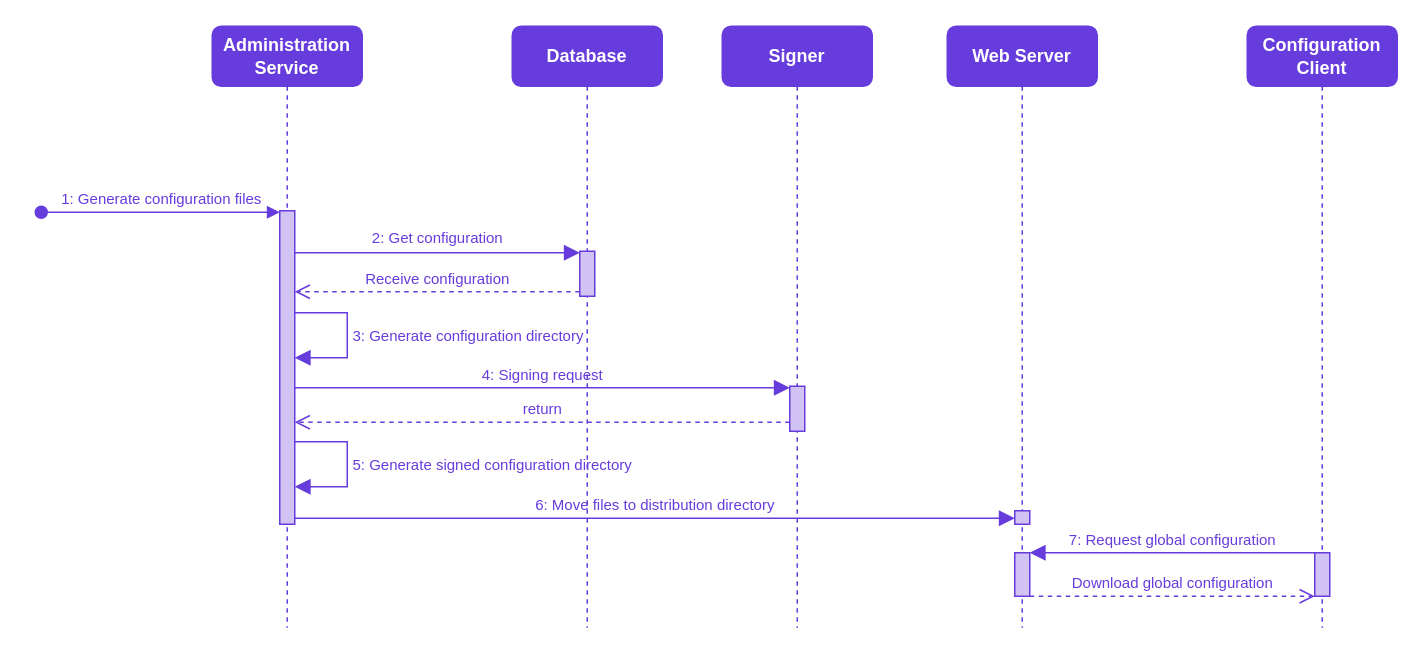
This is doc/Architecture/img/arc-cs_the_process_of_global_configuration_and_distribution.drawio from georgeroliveira/X-VIA-MTI, a draw.io file, before an edit. Source tidied: cells renumbered, new cells numbered last; positions are measured from the earlier drawing's top-left corner, leaving out a move shared by most shapes. Both pictures are drawn from the tidied source at 150%, with x=0, y=0 at pixel (40, 26).
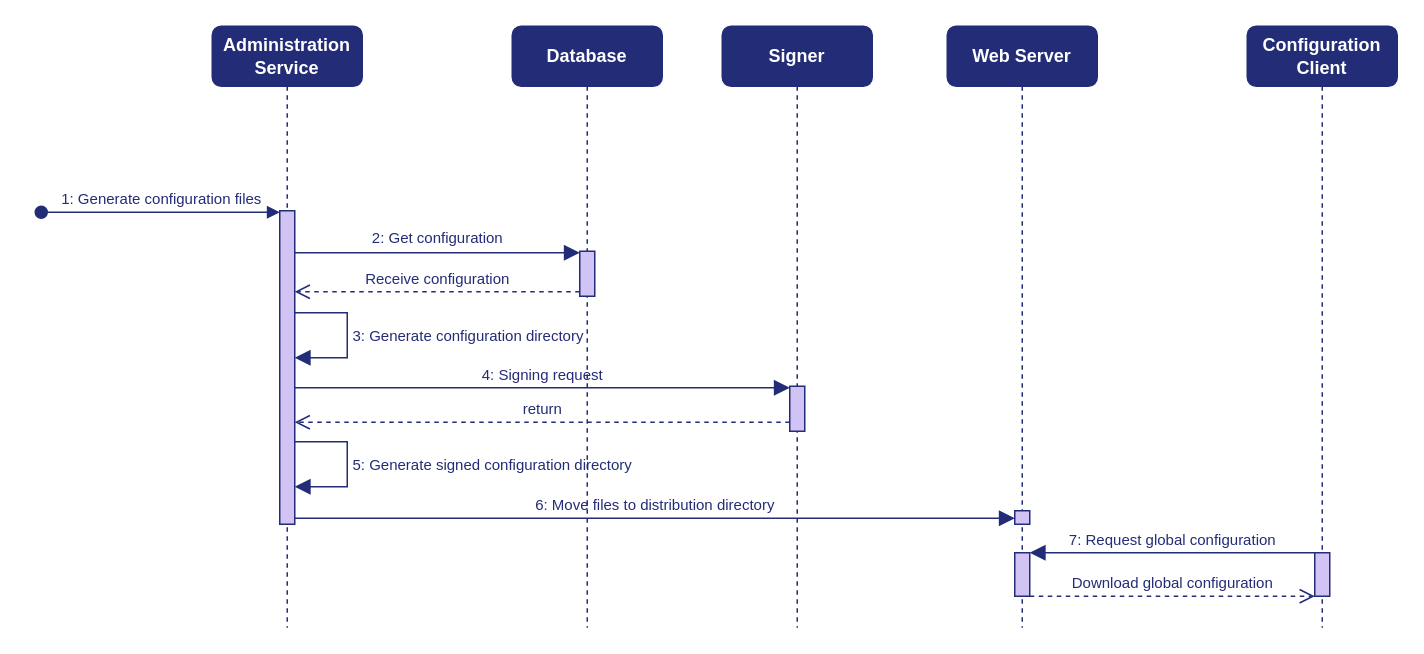
After the change.

The edit, as a diff of the source:
```diff
@@
-    <mxCell id="2" value="Administration Service" style="shape=umlLifeline;perimeter=lifelinePerimeter;whiteSpace=wrap;html=1;newEdgeStyle={&quot;edgeStyle&quot;:&quot;elbowEdgeStyle&quot;,&quot;elbow&quot;:&quot;vertical&quot;,&quot;curved&quot;:0,&quot;rounded&quot;:0};fontSize=12;fillColor=#663CDC;strokeColor=#663CDC;gradientColor=none;perimeterSpacing=0;glass=0;rounded=1;fontColor=#FFFFFF;fontStyle=1;" parent="1" vertex="1">
+    <mxCell id="2" value="Administration Service" style="shape=umlLifeline;perimeter=lifelinePerimeter;whiteSpace=wrap;html=1;newEdgeStyle={&quot;edgeStyle&quot;:&quot;elbowEdgeStyle&quot;,&quot;elbow&quot;:&quot;vertical&quot;,&quot;curved&quot;:0,&quot;rounded&quot;:0};fontSize=12;fillColor=#232c77;strokeColor=#232c77;gradientColor=none;perimeterSpacing=0;glass=0;rounded=1;fontColor=#FFFFFF;fontStyle=1;" parent="1" vertex="1">
       <mxGeometry x="114" width="100" height="401" as="geometry" />
     </mxCell>
-    <mxCell id="3" style="html=1;points=[];perimeter=orthogonalPerimeter;outlineConnect=0;targetShapes=umlLifeline;portConstraint=eastwest;newEdgeStyle={&quot;edgeStyle&quot;:&quot;elbowEdgeStyle&quot;,&quot;elbow&quot;:&quot;vertical&quot;,&quot;curved&quot;:0,&quot;rounded&quot;:0};fontSize=16;fillColor=#D1C4F4;strokeColor=#663CDC;" parent="2" vertex="1">
+    <mxCell id="3" style="html=1;points=[];perimeter=orthogonalPerimeter;outlineConnect=0;targetShapes=umlLifeline;portConstraint=eastwest;newEdgeStyle={&quot;edgeStyle&quot;:&quot;elbowEdgeStyle&quot;,&quot;elbow&quot;:&quot;vertical&quot;,&quot;curved&quot;:0,&quot;rounded&quot;:0};fontSize=16;fillColor=#D1C4F4;strokeColor=#232c77;" parent="2" vertex="1">
       <mxGeometry x="45" y="123" width="10" height="209" as="geometry" />
     </mxCell>
-    <mxCell id="4" value="3: Generate configuration directory" style="html=1;align=left;spacingLeft=2;endArrow=block;rounded=0;edgeStyle=orthogonalEdgeStyle;curved=0;rounded=0;labelBackgroundColor=none;strokeColor=#663CDC;fontFamily=Helvetica;fontSize=10;fontColor=#663CDC;endSize=8;shape=connector;elbow=vertical;" parent="2" edge="1" source="3" target="3">
+    <mxCell id="4" value="3: Generate configuration directory" style="html=1;align=left;spacingLeft=2;endArrow=block;rounded=0;edgeStyle=orthogonalEdgeStyle;curved=0;rounded=0;labelBackgroundColor=none;strokeColor=#232c77;fontFamily=Helvetica;fontSize=10;fontColor=#232c77;endSize=8;shape=connector;elbow=vertical;" parent="2" edge="1" source="3" target="3">
       <mxGeometry x="-0.01" relative="1" as="geometry">
         <Array as="points">
           <mxPoint x="90" y="191" />
           <mxPoint x="90" y="221" />
         </Array>
       </mxGeometry>
     </mxCell>
-    <mxCell id="5" value="5: Generate signed configuration directory" style="html=1;align=left;spacingLeft=2;endArrow=block;rounded=0;edgeStyle=orthogonalEdgeStyle;curved=0;rounded=0;labelBackgroundColor=none;strokeColor=#663CDC;fontFamily=Helvetica;fontSize=10;fontColor=#663CDC;endSize=8;shape=connector;elbow=vertical;" parent="2" edge="1" source="3" target="3">
+    <mxCell id="5" value="5: Generate signed configuration directory" style="html=1;align=left;spacingLeft=2;endArrow=block;rounded=0;edgeStyle=orthogonalEdgeStyle;curved=0;rounded=0;labelBackgroundColor=none;strokeColor=#232c77;fontFamily=Helvetica;fontSize=10;fontColor=#232c77;endSize=8;shape=connector;elbow=vertical;" parent="2" edge="1" source="3" target="3">
       <mxGeometry x="-0.01" relative="1" as="geometry">
         <Array as="points">
           <mxPoint x="90" y="277" />
           <mxPoint x="90" y="307" />
         </Array>
       </mxGeometry>
     </mxCell>
-    <mxCell id="6" value="Database" style="shape=umlLifeline;perimeter=lifelinePerimeter;whiteSpace=wrap;html=1;newEdgeStyle={&quot;edgeStyle&quot;:&quot;elbowEdgeStyle&quot;,&quot;elbow&quot;:&quot;vertical&quot;,&quot;curved&quot;:0,&quot;rounded&quot;:0};fontSize=12;fillColor=#663CDC;strokeColor=#663CDC;gradientColor=none;perimeterSpacing=0;glass=0;rounded=1;fontColor=#FFFFFF;fontStyle=1;" parent="1" vertex="1">
+    <mxCell id="6" value="Database" style="shape=umlLifeline;perimeter=lifelinePerimeter;whiteSpace=wrap;html=1;newEdgeStyle={&quot;edgeStyle&quot;:&quot;elbowEdgeStyle&quot;,&quot;elbow&quot;:&quot;vertical&quot;,&quot;curved&quot;:0,&quot;rounded&quot;:0};fontSize=12;fillColor=#232c77;strokeColor=#232c77;gradientColor=none;perimeterSpacing=0;glass=0;rounded=1;fontColor=#FFFFFF;fontStyle=1;" parent="1" vertex="1">
       <mxGeometry x="314" width="100" height="401" as="geometry" />
     </mxCell>
-    <mxCell id="7" style="html=1;points=[];perimeter=orthogonalPerimeter;outlineConnect=0;targetShapes=umlLifeline;portConstraint=eastwest;newEdgeStyle={&quot;edgeStyle&quot;:&quot;elbowEdgeStyle&quot;,&quot;elbow&quot;:&quot;vertical&quot;,&quot;curved&quot;:0,&quot;rounded&quot;:0};fontSize=16;fillColor=#D1C4F4;strokeColor=#663CDC;" parent="6" vertex="1">
+    <mxCell id="7" style="html=1;points=[];perimeter=orthogonalPerimeter;outlineConnect=0;targetShapes=umlLifeline;portConstraint=eastwest;newEdgeStyle={&quot;edgeStyle&quot;:&quot;elbowEdgeStyle&quot;,&quot;elbow&quot;:&quot;vertical&quot;,&quot;curved&quot;:0,&quot;rounded&quot;:0};fontSize=16;fillColor=#D1C4F4;strokeColor=#232c77;" parent="6" vertex="1">
       <mxGeometry x="45" y="150" width="10" height="30" as="geometry" />
     </mxCell>
-    <mxCell id="8" value="Web Server" style="shape=umlLifeline;perimeter=lifelinePerimeter;whiteSpace=wrap;html=1;newEdgeStyle={&quot;edgeStyle&quot;:&quot;elbowEdgeStyle&quot;,&quot;elbow&quot;:&quot;vertical&quot;,&quot;curved&quot;:0,&quot;rounded&quot;:0};fontSize=12;fillColor=#663CDC;strokeColor=#663CDC;gradientColor=none;perimeterSpacing=0;glass=0;rounded=1;fontColor=#FFFFFF;fontStyle=1;" parent="1" vertex="1">
+    <mxCell id="8" value="Web Server" style="shape=umlLifeline;perimeter=lifelinePerimeter;whiteSpace=wrap;html=1;newEdgeStyle={&quot;edgeStyle&quot;:&quot;elbowEdgeStyle&quot;,&quot;elbow&quot;:&quot;vertical&quot;,&quot;curved&quot;:0,&quot;rounded&quot;:0};fontSize=12;fillColor=#232c77;strokeColor=#232c77;gradientColor=none;perimeterSpacing=0;glass=0;rounded=1;fontColor=#FFFFFF;fontStyle=1;" parent="1" vertex="1">
       <mxGeometry x="604" width="100" height="401" as="geometry" />
     </mxCell>
-    <mxCell id="9" style="html=1;points=[];perimeter=orthogonalPerimeter;outlineConnect=0;targetShapes=umlLifeline;portConstraint=eastwest;newEdgeStyle={&quot;edgeStyle&quot;:&quot;elbowEdgeStyle&quot;,&quot;elbow&quot;:&quot;vertical&quot;,&quot;curved&quot;:0,&quot;rounded&quot;:0};strokeColor=#663CDC;fontFamily=Helvetica;fontSize=10;fontColor=#663CDC;fillColor=#D1C4F4;" parent="8" vertex="1">
+    <mxCell id="9" style="html=1;points=[];perimeter=orthogonalPerimeter;outlineConnect=0;targetShapes=umlLifeline;portConstraint=eastwest;newEdgeStyle={&quot;edgeStyle&quot;:&quot;elbowEdgeStyle&quot;,&quot;elbow&quot;:&quot;vertical&quot;,&quot;curved&quot;:0,&quot;rounded&quot;:0};strokeColor=#232c77;fontFamily=Helvetica;fontSize=10;fontColor=#232c77;fillColor=#D1C4F4;" parent="8" vertex="1">
       <mxGeometry x="45" y="323" width="10" height="9" as="geometry" />
     </mxCell>
-    <mxCell id="10" style="html=1;points=[];perimeter=orthogonalPerimeter;outlineConnect=0;targetShapes=umlLifeline;portConstraint=eastwest;newEdgeStyle={&quot;edgeStyle&quot;:&quot;elbowEdgeStyle&quot;,&quot;elbow&quot;:&quot;vertical&quot;,&quot;curved&quot;:0,&quot;rounded&quot;:0};strokeColor=#663CDC;fontFamily=Helvetica;fontSize=10;fontColor=#663CDC;fillColor=#D1C4F4;" parent="8" vertex="1">
+    <mxCell id="10" style="html=1;points=[];perimeter=orthogonalPerimeter;outlineConnect=0;targetShapes=umlLifeline;portConstraint=eastwest;newEdgeStyle={&quot;edgeStyle&quot;:&quot;elbowEdgeStyle&quot;,&quot;elbow&quot;:&quot;vertical&quot;,&quot;curved&quot;:0,&quot;rounded&quot;:0};strokeColor=#232c77;fontFamily=Helvetica;fontSize=10;fontColor=#232c77;fillColor=#D1C4F4;" parent="8" vertex="1">
       <mxGeometry x="45" y="351" width="10" height="29" as="geometry" />
     </mxCell>
-    <mxCell id="11" value="Signer" style="shape=umlLifeline;perimeter=lifelinePerimeter;whiteSpace=wrap;html=1;newEdgeStyle={&quot;edgeStyle&quot;:&quot;elbowEdgeStyle&quot;,&quot;elbow&quot;:&quot;vertical&quot;,&quot;curved&quot;:0,&quot;rounded&quot;:0};fontSize=12;fillColor=#663CDC;strokeColor=#663CDC;gradientColor=none;perimeterSpacing=0;glass=0;rounded=1;fontColor=#FFFFFF;fontStyle=1;" parent="1" vertex="1">
+    <mxCell id="11" value="Signer" style="shape=umlLifeline;perimeter=lifelinePerimeter;whiteSpace=wrap;html=1;newEdgeStyle={&quot;edgeStyle&quot;:&quot;elbowEdgeStyle&quot;,&quot;elbow&quot;:&quot;vertical&quot;,&quot;curved&quot;:0,&quot;rounded&quot;:0};fontSize=12;fillColor=#232c77;strokeColor=#232c77;gradientColor=none;perimeterSpacing=0;glass=0;rounded=1;fontColor=#FFFFFF;fontStyle=1;" parent="1" vertex="1">
       <mxGeometry x="454" width="100" height="401" as="geometry" />
     </mxCell>
-    <mxCell id="12" style="html=1;points=[];perimeter=orthogonalPerimeter;outlineConnect=0;targetShapes=umlLifeline;portConstraint=eastwest;newEdgeStyle={&quot;edgeStyle&quot;:&quot;elbowEdgeStyle&quot;,&quot;elbow&quot;:&quot;vertical&quot;,&quot;curved&quot;:0,&quot;rounded&quot;:0};strokeColor=#663CDC;fontFamily=Helvetica;fontSize=10;fontColor=#663CDC;fillColor=#D1C4F4;" parent="11" vertex="1">
+    <mxCell id="12" style="html=1;points=[];perimeter=orthogonalPerimeter;outlineConnect=0;targetShapes=umlLifeline;portConstraint=eastwest;newEdgeStyle={&quot;edgeStyle&quot;:&quot;elbowEdgeStyle&quot;,&quot;elbow&quot;:&quot;vertical&quot;,&quot;curved&quot;:0,&quot;rounded&quot;:0};strokeColor=#232c77;fontFamily=Helvetica;fontSize=10;fontColor=#232c77;fillColor=#D1C4F4;" parent="11" vertex="1">
       <mxGeometry x="45" y="240" width="10" height="30" as="geometry" />
     </mxCell>
-    <mxCell id="13" value="Configuration Client" style="shape=umlLifeline;perimeter=lifelinePerimeter;whiteSpace=wrap;html=1;newEdgeStyle={&quot;edgeStyle&quot;:&quot;elbowEdgeStyle&quot;,&quot;elbow&quot;:&quot;vertical&quot;,&quot;curved&quot;:0,&quot;rounded&quot;:0};fontSize=12;fillColor=#663CDC;strokeColor=#663CDC;gradientColor=none;perimeterSpacing=0;glass=0;rounded=1;fontColor=#FFFFFF;fontStyle=1;" parent="1" vertex="1">
+    <mxCell id="13" value="Configuration Client" style="shape=umlLifeline;perimeter=lifelinePerimeter;whiteSpace=wrap;html=1;newEdgeStyle={&quot;edgeStyle&quot;:&quot;elbowEdgeStyle&quot;,&quot;elbow&quot;:&quot;vertical&quot;,&quot;curved&quot;:0,&quot;rounded&quot;:0};fontSize=12;fillColor=#232c77;strokeColor=#232c77;gradientColor=none;perimeterSpacing=0;glass=0;rounded=1;fontColor=#FFFFFF;fontStyle=1;" parent="1" vertex="1">
       <mxGeometry x="804" width="100" height="401" as="geometry" />
     </mxCell>
-    <mxCell id="14" style="html=1;points=[];perimeter=orthogonalPerimeter;outlineConnect=0;targetShapes=umlLifeline;portConstraint=eastwest;newEdgeStyle={&quot;edgeStyle&quot;:&quot;elbowEdgeStyle&quot;,&quot;elbow&quot;:&quot;vertical&quot;,&quot;curved&quot;:0,&quot;rounded&quot;:0};strokeColor=#663CDC;fontFamily=Helvetica;fontSize=10;fontColor=#663CDC;fillColor=#D1C4F4;" parent="13" vertex="1">
+    <mxCell id="14" style="html=1;points=[];perimeter=orthogonalPerimeter;outlineConnect=0;targetShapes=umlLifeline;portConstraint=eastwest;newEdgeStyle={&quot;edgeStyle&quot;:&quot;elbowEdgeStyle&quot;,&quot;elbow&quot;:&quot;vertical&quot;,&quot;curved&quot;:0,&quot;rounded&quot;:0};strokeColor=#232c77;fontFamily=Helvetica;fontSize=10;fontColor=#232c77;fillColor=#D1C4F4;" parent="13" vertex="1">
       <mxGeometry x="45" y="351" width="10" height="29" as="geometry" />
     </mxCell>
-    <mxCell id="15" value="&lt;span style=&quot;font-size: 10px;&quot;&gt;&lt;font color=&quot;#663cdc&quot;&gt;2: Get configuration&lt;/font&gt;&lt;/span&gt;" style="html=1;verticalAlign=bottom;endArrow=block;edgeStyle=elbowEdgeStyle;elbow=vertical;curved=0;rounded=0;labelBackgroundColor=none;strokeColor=#663CDC;fontFamily=Helvetica;fontSize=16;fontColor=default;startSize=8;endSize=8;shape=connector;" parent="1" edge="1" source="3" target="7">
+    <mxCell id="15" value="&lt;span style=&quot;font-size: 10px;&quot;&gt;&lt;font color=&quot;#232c77&quot;&gt;2: Get configuration&lt;/font&gt;&lt;/span&gt;" style="html=1;verticalAlign=bottom;endArrow=block;edgeStyle=elbowEdgeStyle;elbow=vertical;curved=0;rounded=0;labelBackgroundColor=none;strokeColor=#232c77;fontFamily=Helvetica;fontSize=16;fontColor=default;startSize=8;endSize=8;shape=connector;" parent="1" edge="1" source="3" target="7">
       <mxGeometry relative="1" as="geometry">
         <Array as="points">
           <mxPoint x="304" y="151" />
         </Array>
       </mxGeometry>
     </mxCell>
-    <mxCell id="16" value="Receive configuration" style="html=1;verticalAlign=bottom;endArrow=open;dashed=1;endSize=8;edgeStyle=elbowEdgeStyle;elbow=vertical;curved=0;rounded=0;labelBackgroundColor=none;strokeColor=#663CDC;fontFamily=Helvetica;fontSize=10;fontColor=#663CDC;shape=connector;" parent="1" edge="1" source="7" target="3">
+    <mxCell id="16" value="Receive configuration" style="html=1;verticalAlign=bottom;endArrow=open;dashed=1;endSize=8;edgeStyle=elbowEdgeStyle;elbow=vertical;curved=0;rounded=0;labelBackgroundColor=none;strokeColor=#232c77;fontFamily=Helvetica;fontSize=10;fontColor=#232c77;shape=connector;" parent="1" edge="1" source="7" target="3">
       <mxGeometry relative="1" as="geometry">
         <Array as="points">
           <mxPoint x="315" y="177" />
           <mxPoint x="304" y="171" />
         </Array>
       </mxGeometry>
     </mxCell>
-    <mxCell id="17" value="4: Signing request" style="html=1;verticalAlign=bottom;endArrow=block;edgeStyle=elbowEdgeStyle;elbow=vertical;curved=0;rounded=0;labelBackgroundColor=none;strokeColor=#663CDC;fontFamily=Helvetica;fontSize=10;fontColor=#663CDC;endSize=8;shape=connector;" parent="1" edge="1" source="3" target="12">
+    <mxCell id="17" value="4: Signing request" style="html=1;verticalAlign=bottom;endArrow=block;edgeStyle=elbowEdgeStyle;elbow=vertical;curved=0;rounded=0;labelBackgroundColor=none;strokeColor=#232c77;fontFamily=Helvetica;fontSize=10;fontColor=#232c77;endSize=8;shape=connector;" parent="1" edge="1" source="3" target="12">
       <mxGeometry relative="1" as="geometry">
         <Array as="points">
           <mxPoint x="424" y="241" />
         </Array>
       </mxGeometry>
     </mxCell>
-    <mxCell id="18" value="return" style="html=1;verticalAlign=bottom;endArrow=open;dashed=1;endSize=8;edgeStyle=elbowEdgeStyle;elbow=vertical;curved=0;rounded=0;labelBackgroundColor=none;strokeColor=#663CDC;fontFamily=Helvetica;fontSize=10;fontColor=#663CDC;shape=connector;" parent="1" edge="1" target="3">
+    <mxCell id="18" value="return" style="html=1;verticalAlign=bottom;endArrow=open;dashed=1;endSize=8;edgeStyle=elbowEdgeStyle;elbow=vertical;curved=0;rounded=0;labelBackgroundColor=none;strokeColor=#232c77;fontFamily=Helvetica;fontSize=10;fontColor=#232c77;shape=connector;" parent="1" edge="1" target="3">
       <mxGeometry relative="1" as="geometry">
         <mxPoint x="499" y="264" as="sourcePoint" />
       </mxGeometry>
     </mxCell>
-    <mxCell id="19" value="6: Move files to distribution directory" style="html=1;verticalAlign=bottom;endArrow=block;edgeStyle=elbowEdgeStyle;elbow=vertical;curved=0;rounded=0;labelBackgroundColor=none;strokeColor=#663CDC;fontFamily=Helvetica;fontSize=10;fontColor=#663CDC;endSize=8;shape=connector;" parent="1" edge="1" source="3" target="9">
+    <mxCell id="19" value="6: Move files to distribution directory" style="html=1;verticalAlign=bottom;endArrow=block;edgeStyle=elbowEdgeStyle;elbow=vertical;curved=0;rounded=0;labelBackgroundColor=none;strokeColor=#232c77;fontFamily=Helvetica;fontSize=10;fontColor=#232c77;endSize=8;shape=connector;" parent="1" edge="1" source="3" target="9">
       <mxGeometry relative="1" as="geometry" />
     </mxCell>
-    <mxCell id="20" value="7: Request global configuration" style="html=1;verticalAlign=bottom;endArrow=block;edgeStyle=elbowEdgeStyle;elbow=horizontal;curved=0;rounded=0;labelBackgroundColor=none;strokeColor=#663CDC;fontFamily=Helvetica;fontSize=10;fontColor=#663CDC;endSize=8;shape=connector;" parent="1" edge="1" source="14" target="10">
+    <mxCell id="20" value="7: Request global configuration" style="html=1;verticalAlign=bottom;endArrow=block;edgeStyle=elbowEdgeStyle;elbow=horizontal;curved=0;rounded=0;labelBackgroundColor=none;strokeColor=#232c77;fontFamily=Helvetica;fontSize=10;fontColor=#232c77;endSize=8;shape=connector;" parent="1" edge="1" source="14" target="10">
       <mxGeometry relative="1" as="geometry">
         <Array as="points">
           <mxPoint x="814" y="351" />
         </Array>
       </mxGeometry>
     </mxCell>
-    <mxCell id="21" value="Download global configuration" style="html=1;verticalAlign=bottom;endArrow=open;dashed=1;endSize=8;edgeStyle=elbowEdgeStyle;elbow=vertical;curved=0;rounded=0;labelBackgroundColor=none;strokeColor=#663CDC;fontFamily=Helvetica;fontSize=10;fontColor=#663CDC;shape=connector;" parent="1" edge="1" source="10">
+    <mxCell id="21" value="Download global configuration" style="html=1;verticalAlign=bottom;endArrow=open;dashed=1;endSize=8;edgeStyle=elbowEdgeStyle;elbow=vertical;curved=0;rounded=0;labelBackgroundColor=none;strokeColor=#232c77;fontFamily=Helvetica;fontSize=10;fontColor=#232c77;shape=connector;" parent="1" edge="1" source="10">
       <mxGeometry relative="1" as="geometry">
         <mxPoint x="849" y="380" as="targetPoint" />
         <Array as="points">
           <mxPoint x="684" y="380" />
         </Array>
       </mxGeometry>
     </mxCell>
-    <mxCell id="22" value="1: Generate configuration files" style="html=1;verticalAlign=bottom;startArrow=oval;startFill=1;endArrow=block;startSize=8;edgeStyle=elbowEdgeStyle;elbow=vertical;curved=0;rounded=0;labelBackgroundColor=none;strokeColor=#663CDC;fontFamily=Helvetica;fontSize=10;fontColor=#663CDC;shape=connector;" parent="1" edge="1" target="3">
+    <mxCell id="22" value="1: Generate configuration files" style="html=1;verticalAlign=bottom;startArrow=oval;startFill=1;endArrow=block;startSize=8;edgeStyle=elbowEdgeStyle;elbow=vertical;curved=0;rounded=0;labelBackgroundColor=none;strokeColor=#232c77;fontFamily=Helvetica;fontSize=10;fontColor=#232c77;shape=connector;" parent="1" edge="1" target="3">
       <mxGeometry relative="1" as="geometry">
         <mxPoint y="124" as="sourcePoint" />
       </mxGeometry>
     </mxCell>
```
